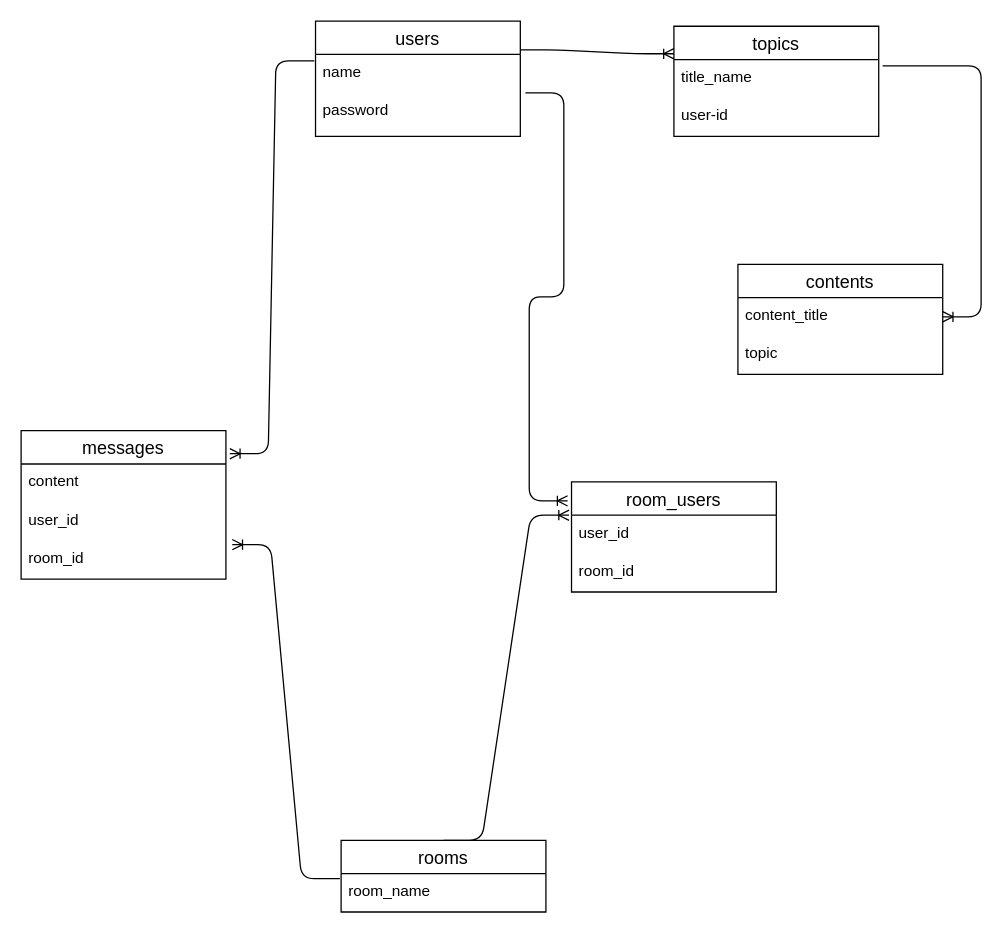
Above: ER.dio in ishsho/contact_note (draw.io), before the change. Source tidied: cells renumbered, new cells numbered last; positions are measured from the earlier drawing's top-left corner, leaving out a move shared by most shapes. Both pictures are drawn from the tidied source at 128%, with x=0, y=0 at pixel (20, 20).
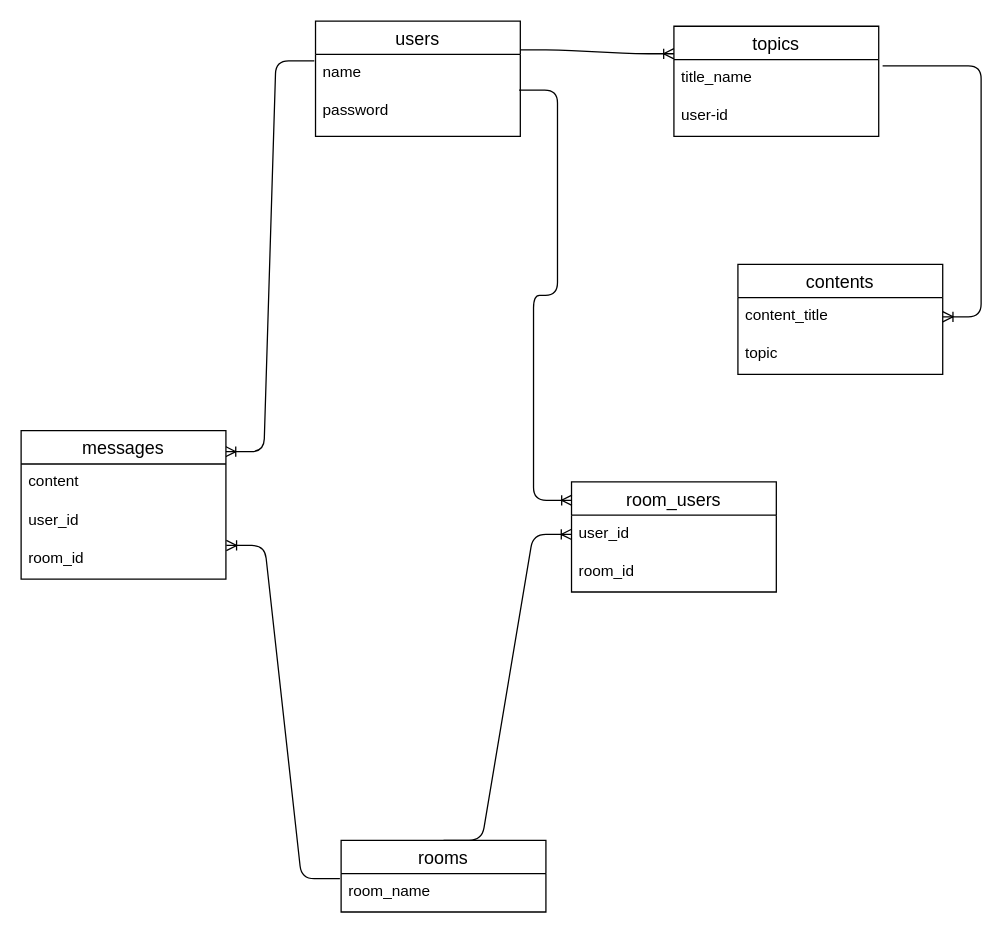
The same diagram, later.

Unchanged cells that the change refers to:
```xml
<mxCell id="3" value="name" style="text;strokeColor=none;fillColor=none;spacingLeft=4;spacingRight=4;overflow=hidden;points=[[0,0.5],[1,0.5]];portConstraint=eastwest;fontSize=12;" parent="2" vertex="1">
  <mxGeometry y="26" width="160" height="30" as="geometry" />
</mxCell>
<mxCell id="4" value="password" style="text;strokeColor=none;fillColor=none;spacingLeft=4;spacingRight=4;overflow=hidden;points=[[0,0.5],[1,0.5]];portConstraint=eastwest;fontSize=12;" parent="2" vertex="1">
  <mxGeometry y="56" width="160" height="34" as="geometry" />
</mxCell>
<mxCell id="11" value="rooms" style="swimlane;fontStyle=0;horizontal=1;startSize=26;align=center;fontSize=14;" parent="1" vertex="1">
  <mxGeometry x="250" y="640" width="160" height="56" as="geometry" />
</mxCell>
<mxCell id="12" value="room_name" style="text;strokeColor=none;fillColor=none;spacingLeft=4;spacingRight=4;overflow=hidden;points=[[0,0.5],[1,0.5]];portConstraint=eastwest;fontSize=12;" parent="11" vertex="1">
  <mxGeometry y="26" width="160" height="30" as="geometry" />
</mxCell>
<mxCell id="16" value="messages" style="swimlane;fontStyle=0;horizontal=1;startSize=26;align=center;fontSize=14;" parent="1" vertex="1">
  <mxGeometry y="320" width="160" height="116" as="geometry" />
</mxCell>
<mxCell id="19" value="room_id" style="text;strokeColor=none;fillColor=none;spacingLeft=4;spacingRight=4;overflow=hidden;points=[[0,0.5],[1,0.5]];portConstraint=eastwest;fontSize=12;" parent="16" vertex="1">
  <mxGeometry y="86" width="160" height="30" as="geometry" />
</mxCell>
<mxCell id="20" value="room_users" style="swimlane;fontStyle=0;horizontal=1;startSize=26;align=center;fontSize=14;" parent="1" vertex="1">
  <mxGeometry x="430" y="360" width="160" height="86" as="geometry" />
</mxCell>
<mxCell id="21" value="user_id" style="text;strokeColor=none;fillColor=none;spacingLeft=4;spacingRight=4;overflow=hidden;points=[[0,0.5],[1,0.5]];portConstraint=eastwest;fontSize=12;" parent="20" vertex="1">
  <mxGeometry y="26" width="160" height="30" as="geometry" />
</mxCell>
```

Change to the diagram source:
```diff
@@
-    <mxCell id="14" style="edgeStyle=entityRelationEdgeStyle;fontSize=12;html=1;endArrow=ERoneToMany;strokeWidth=1;exitX=-0.006;exitY=0.167;exitDx=0;exitDy=0;exitPerimeter=0;entryX=1.019;entryY=0.155;entryDx=0;entryDy=0;entryPerimeter=0;" parent="1" edge="1" source="3" target="16">
+    <mxCell id="14" style="edgeStyle=entityRelationEdgeStyle;fontSize=12;html=1;endArrow=ERoneToMany;strokeWidth=1;exitX=-0.006;exitY=0.167;exitDx=0;exitDy=0;exitPerimeter=0;entryX=0.998;entryY=0.141;entryDx=0;entryDy=0;entryPerimeter=0;" parent="1" edge="1" source="3" target="16">
       <mxGeometry relative="1" as="geometry" />
     </mxCell>
@@
-    <mxCell id="23" style="edgeStyle=entityRelationEdgeStyle;fontSize=12;html=1;endArrow=ERoneToMany;exitX=1.025;exitY=0;exitDx=0;exitDy=0;exitPerimeter=0;entryX=-0.019;entryY=0.172;entryDx=0;entryDy=0;entryPerimeter=0;" parent="1" edge="1" source="4" target="20">
+    <mxCell id="23" style="edgeStyle=entityRelationEdgeStyle;fontSize=12;html=1;endArrow=ERoneToMany;exitX=0.994;exitY=-0.059;exitDx=0;exitDy=0;exitPerimeter=0;entryX=0.002;entryY=0.167;entryDx=0;entryDy=0;entryPerimeter=0;" parent="1" edge="1" source="4" target="20">
       <mxGeometry relative="1" as="geometry" />
     </mxCell>
-    <mxCell id="24" style="edgeStyle=entityRelationEdgeStyle;fontSize=12;html=1;endArrow=ERoneToMany;entryX=-0.012;entryY=0;entryDx=0;entryDy=0;entryPerimeter=0;exitX=0.5;exitY=0;exitDx=0;exitDy=0;" parent="1" edge="1" source="11" target="21">
+    <mxCell id="24" style="edgeStyle=entityRelationEdgeStyle;fontSize=12;html=1;endArrow=ERoneToMany;entryX=0;entryY=0.5;entryDx=0;entryDy=0;exitX=0.5;exitY=0;exitDx=0;exitDy=0;" parent="1" edge="1" source="11" target="21">
       <mxGeometry relative="1" as="geometry" />
     </mxCell>
-    <mxCell id="25" style="edgeStyle=entityRelationEdgeStyle;fontSize=12;html=1;endArrow=ERoneToMany;entryX=1.031;entryY=0.1;entryDx=0;entryDy=0;entryPerimeter=0;exitX=-0.006;exitY=0.133;exitDx=0;exitDy=0;exitPerimeter=0;" parent="1" edge="1" source="12" target="19">
+    <mxCell id="25" style="edgeStyle=entityRelationEdgeStyle;fontSize=12;html=1;endArrow=ERoneToMany;entryX=1.002;entryY=0.122;entryDx=0;entryDy=0;entryPerimeter=0;exitX=-0.006;exitY=0.133;exitDx=0;exitDy=0;exitPerimeter=0;" parent="1" edge="1" source="12" target="19">
       <mxGeometry relative="1" as="geometry" />
     </mxCell>
```
